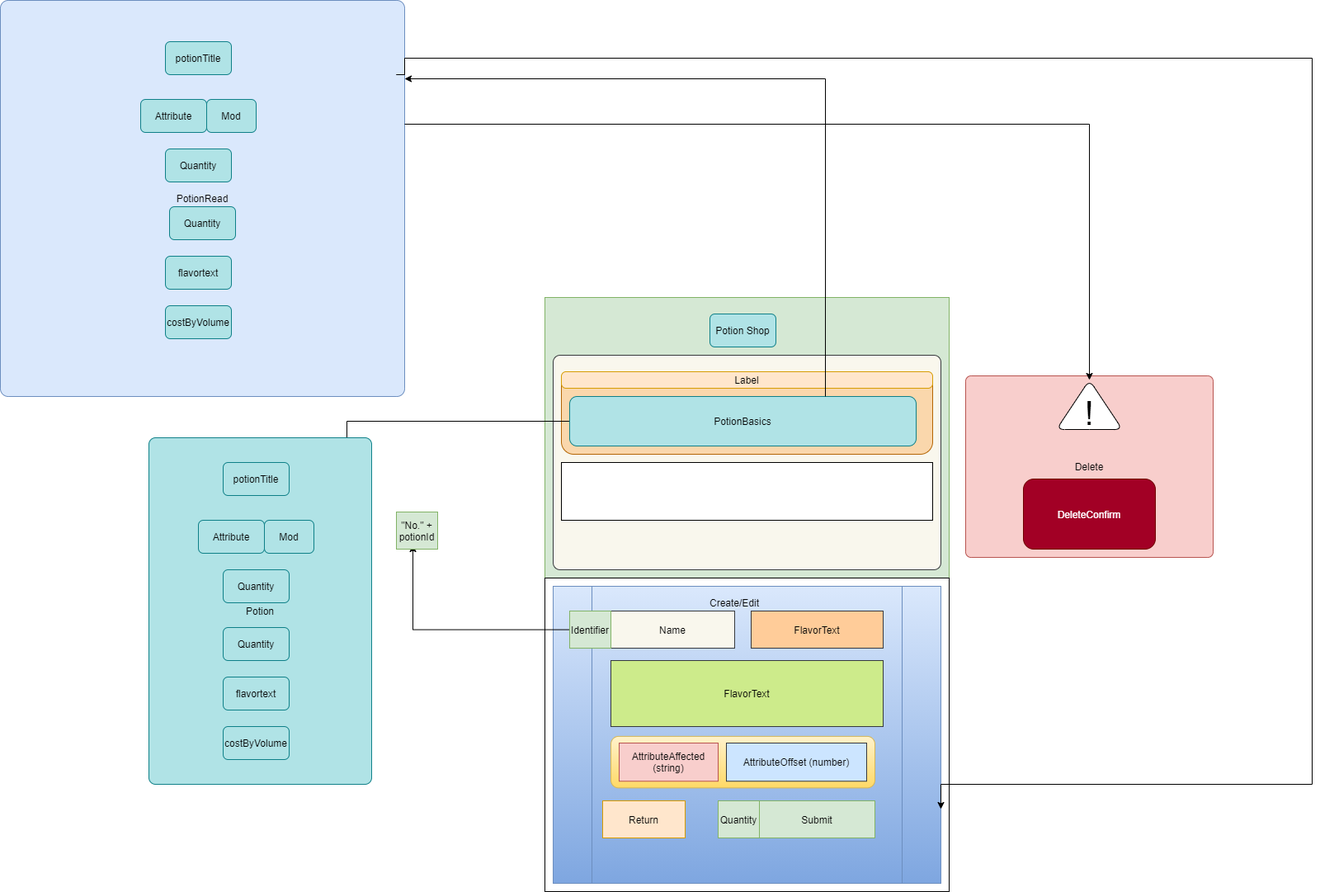
Above: componentTree.png in Riverface/PotionShop (draw.io), before the change. Source tidied: cells renumbered, new cells last; positions are measured from the earlier drawing's top-left corner, leaving out a move shared by most shapes.
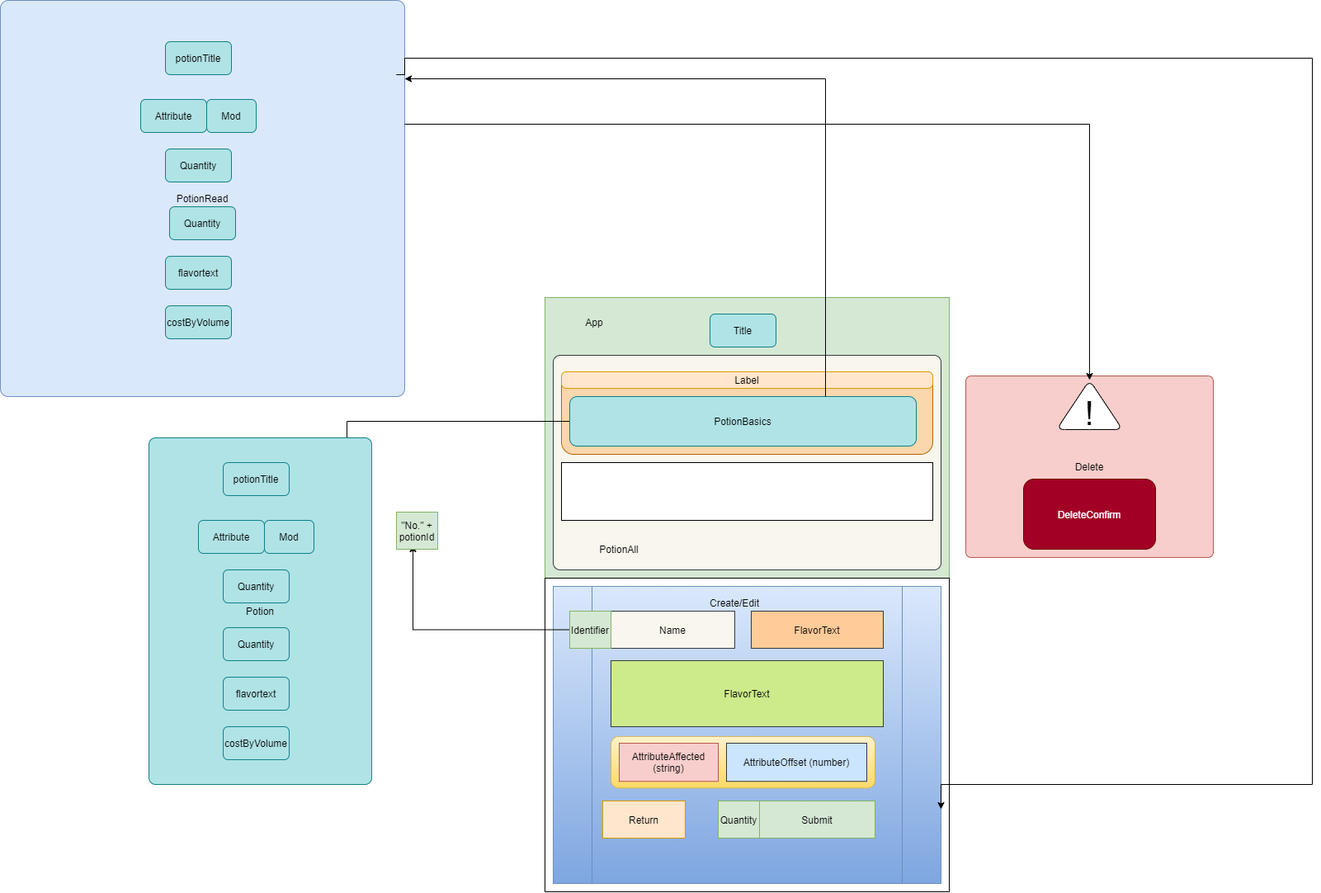
Later version of the same file.

Commit message:
Fixed component Tree again

Diff of the diagram source:
```diff
@@ -137,7 +137,7 @@
     <mxCell id="39" value="costByVolume" style="rounded=1;whiteSpace=wrap;html=1;fillColor=#b0e3e6;strokeColor=#0e8088;" parent="1" vertex="1">
       <mxGeometry x="270" y="880" width="80" height="40" as="geometry" />
     </mxCell>
-    <mxCell id="40" value="Potion Shop" style="rounded=1;whiteSpace=wrap;html=1;fillColor=#b0e3e6;strokeColor=#0e8088;" parent="1" vertex="1">
+    <mxCell id="40" value="Title" style="rounded=1;whiteSpace=wrap;html=1;fillColor=#b0e3e6;strokeColor=#0e8088;" parent="1" vertex="1">
       <mxGeometry x="860" y="380" width="80" height="40" as="geometry" />
     </mxCell>
     <mxCell id="41" value="potionTitle" style="rounded=1;whiteSpace=wrap;html=1;fillColor=#b0e3e6;strokeColor=#0e8088;" parent="1" vertex="1">
@@ -174,5 +174,11 @@
         </Array>
       </mxGeometry>
     </mxCell>
+    <mxCell id="49" value="PotionAll" style="text;html=1;strokeColor=none;fillColor=none;align=center;verticalAlign=middle;whiteSpace=wrap;rounded=0;" parent="1" vertex="1">
+      <mxGeometry x="730" y="655" width="40" height="20" as="geometry" />
+    </mxCell>
+    <mxCell id="50" value="App" style="text;html=1;strokeColor=none;fillColor=none;align=center;verticalAlign=middle;whiteSpace=wrap;rounded=0;" parent="1" vertex="1">
+      <mxGeometry x="700" y="380" width="40" height="20" as="geometry" />
+    </mxCell>
   </root>
 </mxGraphModel>
```
